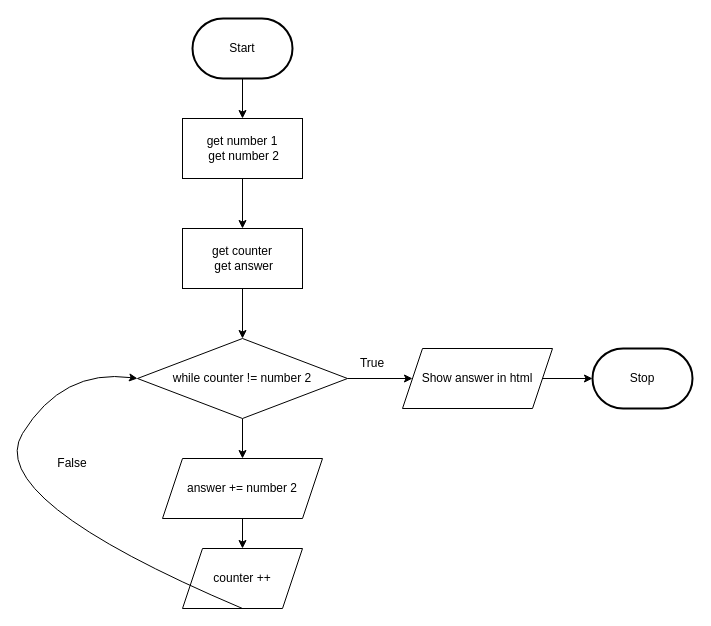
This is design/flowchart.drawio from MTHS-ICD2O-1-2023/ICD2O-Unit-5-06-yoochan-han, a draw.io file, before an edit. Source tidied: cells renumbered, new cells numbered last; positions are measured from the earlier drawing's top-left corner, leaving out a move shared by most shapes. Both pictures are drawn from the tidied source at 100%, with x=0, y=0 at pixel (-18, 18).
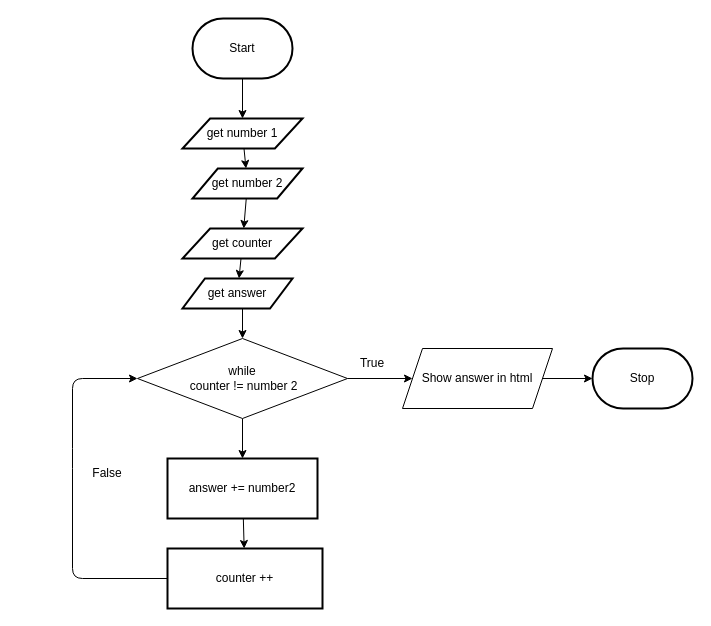
The same diagram, later.

The change refers to these unchanged cells:
```xml
<mxCell id="3" value="Start" style="strokeWidth=2;html=1;shape=mxgraph.flowchart.terminator;whiteSpace=wrap;" parent="1" vertex="1">
  <mxGeometry x="210" width="100" height="60" as="geometry" />
</mxCell>
```

Change to the diagram source:
```diff
@@
-    <mxCell id="2" style="edgeStyle=none;html=1;" parent="1" edge="1" source="3" target="6">
-      <mxGeometry relative="1" as="geometry" />
+    <mxCell id="2" style="edgeStyle=none;html=1;" parent="1" edge="1" source="3">
+      <mxGeometry relative="1" as="geometry">
+        <mxPoint x="260" y="100" as="targetPoint" />
+      </mxGeometry>
     </mxCell>
@@
-    <mxCell id="5" style="edgeStyle=none;html=1;" parent="1" edge="1" source="6" target="11">
-      <mxGeometry relative="1" as="geometry" />
-    </mxCell>
-    <mxCell id="6" value="get number 1&lt;br&gt;&amp;nbsp;get number 2" style="rounded=0;whiteSpace=wrap;html=1;" parent="1" vertex="1">
-      <mxGeometry x="200" y="100" width="120" height="60" as="geometry" />
-    </mxCell>
-    <mxCell id="7" style="edgeStyle=none;html=1;" parent="1" edge="1" source="9" target="14">
-      <mxGeometry relative="1" as="geometry" />
+    <mxCell id="7" style="edgeStyle=none;html=1;" parent="1" edge="1" source="9">
+      <mxGeometry relative="1" as="geometry">
+        <mxPoint x="260" y="440" as="targetPoint" />
+      </mxGeometry>
     </mxCell>
@@
-    <mxCell id="9" value="while counter != number 2" style="rhombus;whiteSpace=wrap;html=1;" parent="1" vertex="1">
+    <mxCell id="9" value="while&lt;br&gt;&amp;nbsp;counter != number 2" style="rhombus;whiteSpace=wrap;html=1;" parent="1" vertex="1">
       <mxGeometry x="155" y="320" width="210" height="80" as="geometry" />
     </mxCell>
-    <mxCell id="10" style="edgeStyle=none;html=1;" parent="1" edge="1" source="11" target="9">
-      <mxGeometry relative="1" as="geometry" />
+    <mxCell id="10" style="edgeStyle=none;html=1;" parent="1" edge="1" target="9">
+      <mxGeometry relative="1" as="geometry">
+        <mxPoint x="260" y="290" as="sourcePoint" />
+      </mxGeometry>
     </mxCell>
-    <mxCell id="11" value="get counter&lt;br&gt;&amp;nbsp;get answer" style="rounded=0;whiteSpace=wrap;html=1;" parent="1" vertex="1">
-      <mxGeometry x="200" y="210" width="120" height="60" as="geometry" />
-    </mxCell>
-    <mxCell id="12" value="counter ++" style="shape=parallelogram;perimeter=parallelogramPerimeter;whiteSpace=wrap;html=1;fixedSize=1;" parent="1" vertex="1">
-      <mxGeometry x="200" y="530" width="120" height="60" as="geometry" />
-    </mxCell>
-    <mxCell id="13" style="edgeStyle=none;html=1;" parent="1" edge="1" source="14" target="12">
-      <mxGeometry relative="1" as="geometry" />
-    </mxCell>
-    <mxCell id="14" value="answer += number 2" style="shape=parallelogram;perimeter=parallelogramPerimeter;whiteSpace=wrap;html=1;fixedSize=1;" parent="1" vertex="1">
-      <mxGeometry x="180" y="440" width="160" height="60" as="geometry" />
-    </mxCell>
-    <mxCell id="15" style="curved=1;endArrow=classic;html=1;exitX=0.5;exitY=1;exitDx=0;exitDy=0;entryX=0;entryY=0.5;entryDx=0;entryDy=0;" parent="1" edge="1" source="12" target="9">
-      <mxGeometry relative="1" as="geometry">
-        <Array as="points">
-          <mxPoint y="480" />
-          <mxPoint x="80" y="350" />
-        </Array>
-      </mxGeometry>
-    </mxCell>
@@
     <mxCell id="18" value="False" style="text;html=1;strokeColor=none;fillColor=none;align=center;verticalAlign=middle;whiteSpace=wrap;rounded=0;" parent="1" vertex="1">
-      <mxGeometry x="60" y="430" width="60" height="30" as="geometry" />
+      <mxGeometry x="95" y="440" width="60" height="30" as="geometry" />
     </mxCell>
@@
+    <mxCell id="20" style="edgeStyle=none;html=1;" parent="1" edge="1" source="21" target="23">
+      <mxGeometry relative="1" as="geometry" />
+    </mxCell>
+    <mxCell id="21" value="get number 1" style="shape=parallelogram;html=1;strokeWidth=2;perimeter=parallelogramPerimeter;whiteSpace=wrap;rounded=1;arcSize=0;size=0.23;" parent="1" vertex="1">
+      <mxGeometry x="200" y="100" width="120" height="30" as="geometry" />
+    </mxCell>
+    <mxCell id="22" style="edgeStyle=none;html=1;" parent="1" edge="1" source="23" target="25">
+      <mxGeometry relative="1" as="geometry" />
+    </mxCell>
+    <mxCell id="23" value="get number 2" style="shape=parallelogram;html=1;strokeWidth=2;perimeter=parallelogramPerimeter;whiteSpace=wrap;rounded=1;arcSize=0;size=0.23;" parent="1" vertex="1">
+      <mxGeometry x="210" y="150" width="110" height="30" as="geometry" />
+    </mxCell>
+    <mxCell id="24" style="edgeStyle=none;html=1;" parent="1" edge="1" source="25" target="26">
+      <mxGeometry relative="1" as="geometry" />
+    </mxCell>
+    <mxCell id="25" value="get counter" style="shape=parallelogram;html=1;strokeWidth=2;perimeter=parallelogramPerimeter;whiteSpace=wrap;rounded=1;arcSize=0;size=0.23;" parent="1" vertex="1">
+      <mxGeometry x="200" y="210" width="120" height="30" as="geometry" />
+    </mxCell>
+    <mxCell id="26" value="get answer" style="shape=parallelogram;html=1;strokeWidth=2;perimeter=parallelogramPerimeter;whiteSpace=wrap;rounded=1;arcSize=0;size=0.20454545454545453;" parent="1" vertex="1">
+      <mxGeometry x="200" y="260" width="110" height="30" as="geometry" />
+    </mxCell>
+    <mxCell id="27" style="edgeStyle=none;html=1;" parent="1" edge="1" source="28" target="12">
+      <mxGeometry relative="1" as="geometry" />
+    </mxCell>
+    <mxCell id="28" value="answer += number2" style="shape=parallelogram;html=1;strokeWidth=2;perimeter=parallelogramPerimeter;whiteSpace=wrap;rounded=1;arcSize=0;size=0;" parent="1" vertex="1">
+      <mxGeometry x="185" y="440" width="150" height="60" as="geometry" />
+    </mxCell>
+    <mxCell id="15" style="edgeStyle=none;html=1;entryX=0;entryY=0.5;entryDx=0;entryDy=0;" parent="1" edge="1" source="12" target="9">
+      <mxGeometry relative="1" as="geometry">
+        <Array as="points">
+          <mxPoint x="90" y="560" />
+          <mxPoint x="90" y="440" />
+          <mxPoint x="90" y="360" />
+        </Array>
+      </mxGeometry>
+    </mxCell>
+    <mxCell id="12" value="counter ++" style="shape=parallelogram;html=1;strokeWidth=2;perimeter=parallelogramPerimeter;whiteSpace=wrap;rounded=1;arcSize=0;size=0;" parent="1" vertex="1">
+      <mxGeometry x="185" y="530" width="155" height="60" as="geometry" />
+    </mxCell>
```
